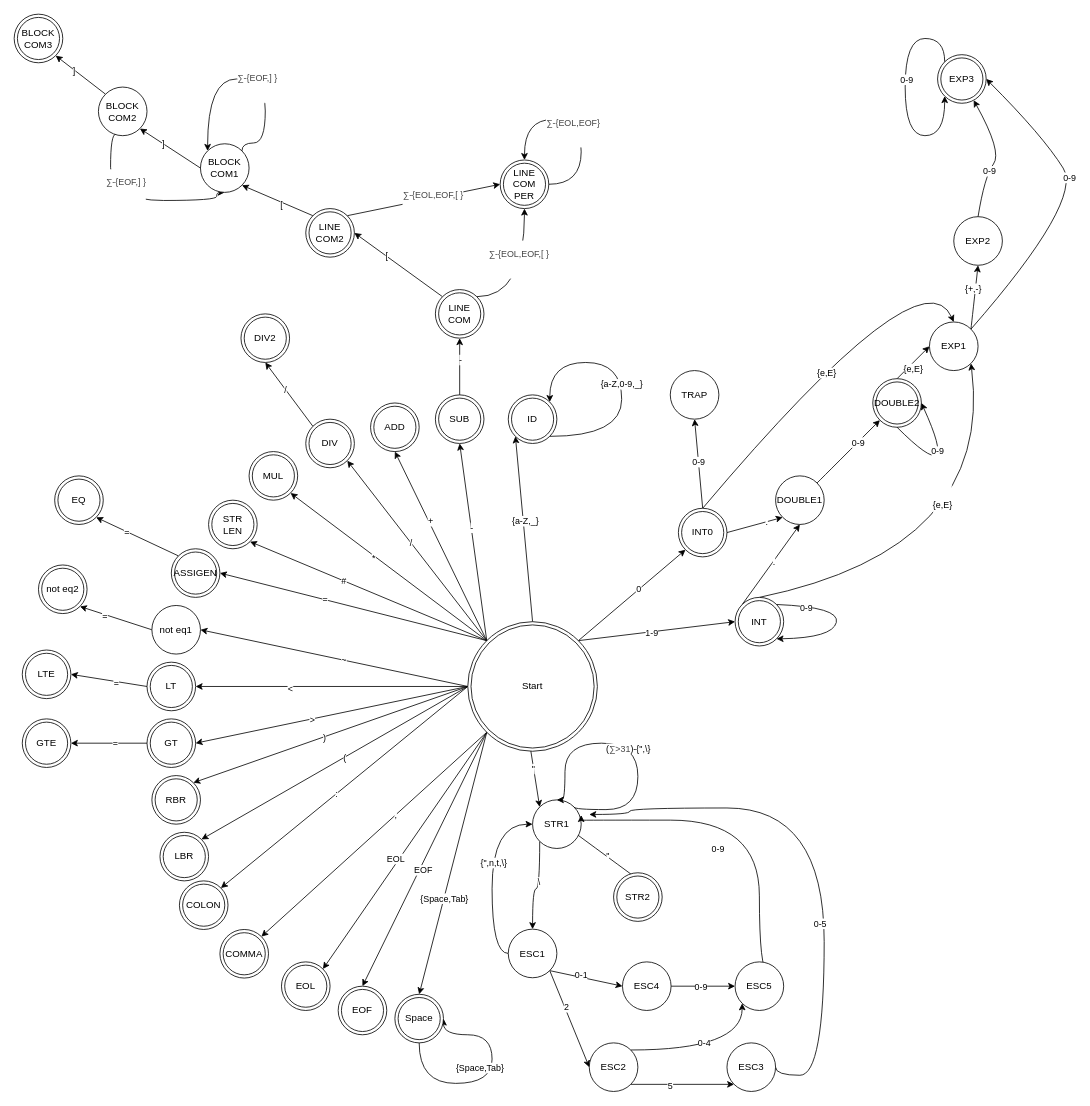
Before: doc/scaner.drawio in JakubKomar/Prekladac-jazyka-teal, a draw.io diagram. Source tidied: cells renumbered, new cells numbered last; positions are measured from the earlier drawing's top-left corner, leaving out a move shared by most shapes. Both pictures are drawn from the tidied source at 81%, with x=0, y=0 at pixel (14, 14).
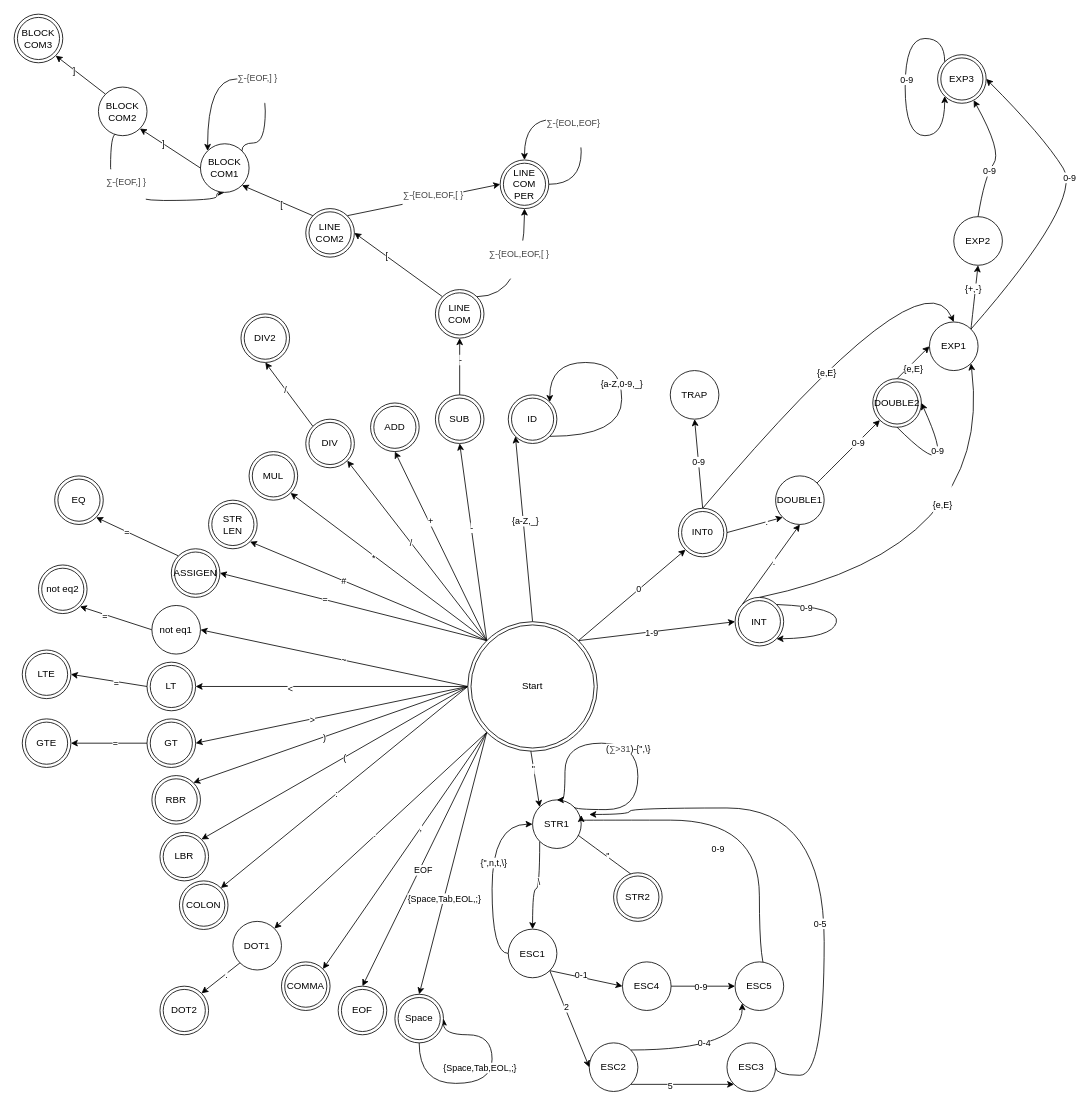
Above is the later version.

Unchanged cells that the change refers to:
```xml
<mxCell id="35" style="edgeStyle=none;rounded=0;jettySize=auto;html=1;exitX=0;exitY=1;exitDx=0;exitDy=0;entryX=0.5;entryY=0;entryDx=0;entryDy=0;" parent="1" edge="1" source="43" target="104">
  <mxGeometry relative="1" as="geometry" />
</mxCell>
<mxCell id="43" value="Start" style="ellipse;shape=doubleEllipse;whiteSpace=wrap;html=1;" parent="1" vertex="1">
  <mxGeometry x="560" y="750" width="160" height="160" as="geometry" />
</mxCell>
<mxCell id="102" style="edgeStyle=orthogonalEdgeStyle;orthogonalLoop=1;jettySize=auto;html=1;exitX=0.5;exitY=1;exitDx=0;exitDy=0;entryX=1;entryY=0.5;entryDx=0;entryDy=0;curved=1;" parent="1" edge="1" source="104" target="104">
  <mxGeometry relative="1" as="geometry">
    <Array as="points">
      <mxPoint x="500" y="1320" />
      <mxPoint x="590" y="1320" />
      <mxPoint x="590" y="1260" />
      <mxPoint x="530" y="1260" />
    </Array>
  </mxGeometry>
</mxCell>
```

The edit, as a diff of the source:
```diff
@@
-    <mxCell id="31" style="edgeStyle=none;rounded=0;jettySize=auto;html=1;exitX=0;exitY=1;exitDx=0;exitDy=0;entryX=1;entryY=0;entryDx=0;entryDy=0;" parent="1" edge="1" source="43" target="100">
-      <mxGeometry relative="1" as="geometry" />
-    </mxCell>
-    <mxCell id="32" value="EOL" style="edgeLabel;html=1;align=center;verticalAlign=middle;" parent="31" vertex="1">
-      <mxGeometry x="0.08" y="-4" relative="1" as="geometry" />
-    </mxCell>
@@
-    <mxCell id="36" value="{Space,Tab}" style="edgeLabel;html=1;align=center;verticalAlign=middle;" parent="35" vertex="1">
+    <mxCell id="36" value="{Space,Tab,EOL,;}" style="edgeLabel;html=1;align=center;verticalAlign=middle;" parent="35" vertex="1">
       <mxGeometry x="0.27" relative="1" as="geometry" />
     </mxCell>
@@
+    <mxCell id="169" style="rounded=0;jettySize=auto;html=1;exitX=0;exitY=1;exitDx=0;exitDy=0;entryX=1;entryY=0;entryDx=0;entryDy=0;" parent="1" edge="1" source="43" target="174">
+      <mxGeometry relative="1" as="geometry" />
+    </mxCell>
+    <mxCell id="170" value="." style="edgeLabel;html=1;align=center;verticalAlign=middle;" parent="169" vertex="1">
+      <mxGeometry x="0.04" y="-2" relative="1" as="geometry">
+        <mxPoint x="-1" as="offset" />
+      </mxGeometry>
+    </mxCell>
@@
     <mxCell id="99" value="COMMA" style="ellipse;shape=doubleEllipse;whiteSpace=wrap;html=1;" parent="1" vertex="1">
-      <mxGeometry x="254" y="1130" width="60" height="60" as="geometry" />
+      <mxGeometry x="330" y="1170" width="60" height="60" as="geometry" />
     </mxCell>
-    <mxCell id="100" value="EOL" style="ellipse;shape=doubleEllipse;whiteSpace=wrap;html=1;" parent="1" vertex="1">
-      <mxGeometry x="330" y="1170" width="60" height="60" as="geometry" />
-    </mxCell>
@@
-    <mxCell id="103" value="{Space,Tab}" style="edgeLabel;html=1;align=center;verticalAlign=middle;" parent="102" vertex="1">
+    <mxCell id="103" value="{Space,Tab,EOL,;}" style="edgeLabel;html=1;align=center;verticalAlign=middle;" parent="102" vertex="1">
       <mxGeometry x="-0.26" y="3" relative="1" as="geometry">
         <mxPoint x="20.8" y="-17" as="offset" />
       </mxGeometry>
     </mxCell>
@@
+    <mxCell id="171" value="DOT2" style="ellipse;shape=doubleEllipse;whiteSpace=wrap;html=1;" parent="1" vertex="1">
+      <mxGeometry x="180" y="1200" width="60" height="60" as="geometry" />
+    </mxCell>
+    <mxCell id="172" style="edgeStyle=none;rounded=0;jettySize=auto;html=1;exitX=0;exitY=1;exitDx=0;exitDy=0;entryX=1;entryY=0;entryDx=0;entryDy=0;" parent="1" edge="1" source="174" target="171">
+      <mxGeometry relative="1" as="geometry" />
+    </mxCell>
+    <mxCell id="173" value="." style="edgeLabel;html=1;align=center;verticalAlign=middle;" parent="172" vertex="1">
+      <mxGeometry x="-0.23" y="1" relative="1" as="geometry" />
+    </mxCell>
+    <mxCell id="174" value="DOT1" style="ellipse;whiteSpace=wrap;html=1;" parent="1" vertex="1">
+      <mxGeometry x="270" y="1120" width="60" height="60" as="geometry" />
+    </mxCell>
```
